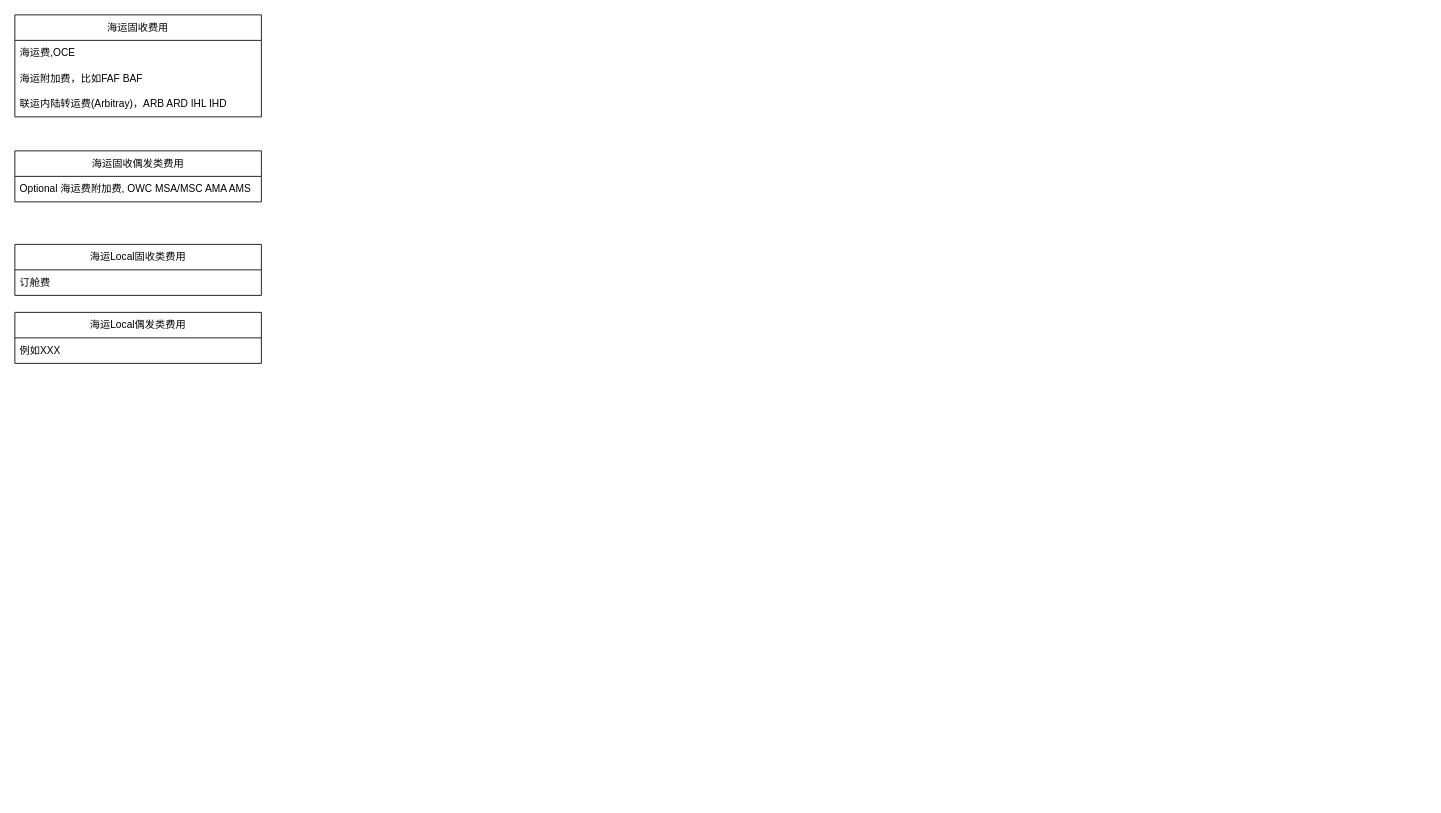
The draw.io diagram 计费模块-费用分类.drawio in Linsq0504/OMP, before the edit. Source tidied: cells renumbered, new cells numbered last; positions are measured from the earlier drawing's top-left corner, leaving out a move shared by most shapes. Both pictures are drawn from the tidied source at 85%, with x=0, y=0 at pixel (14, 14).
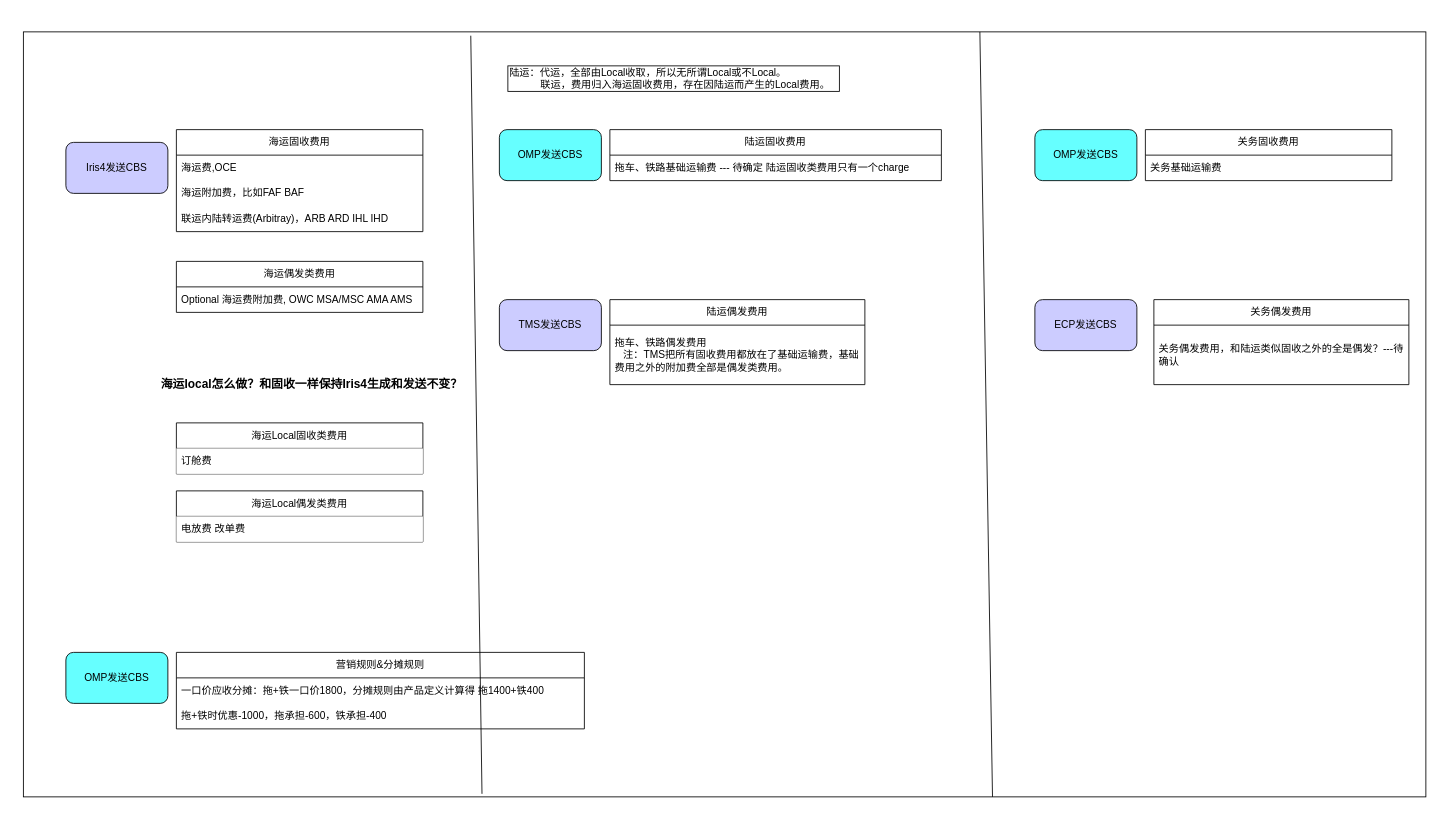
The same diagram, later.

Commit message:
更新计费模块-费用分类.drawio

Diff of the diagram source:
```diff
@@
+    <mxCell id="12" style="rounded=0;whiteSpace=wrap;html=1;" parent="1" vertex="1">
+      <mxGeometry x="10" y="20" width="1650" height="900" as="geometry" />
+    </mxCell>
     <mxCell id="2" value="海运固收费用" style="swimlane;fontStyle=0;horizontal=1;startSize=30;whiteSpace=wrap;html=1;" parent="1" vertex="1">
-      <mxGeometry width="290" height="120" as="geometry" />
+      <mxGeometry x="190" y="135" width="290" height="120" as="geometry" />
     </mxCell>
@@
-    <mxCell id="6" value="海运固收偶发类费用" style="swimlane;fontStyle=0;horizontal=1;startSize=30;whiteSpace=wrap;html=1;" parent="1" vertex="1">
-      <mxGeometry y="160" width="290" height="60" as="geometry" />
+    <mxCell id="6" value="海运偶发类费用" style="swimlane;fontStyle=0;horizontal=1;startSize=30;whiteSpace=wrap;html=1;" parent="1" vertex="1">
+      <mxGeometry x="190" y="290" width="290" height="60" as="geometry" />
     </mxCell>
@@
-    <mxCell id="8" value="海运Local固收类费用" style="swimlane;fontStyle=0;horizontal=1;startSize=30;whiteSpace=wrap;html=1;" parent="1" vertex="1">
-      <mxGeometry y="270" width="290" height="60" as="geometry" />
+    <mxCell id="8" value="海运Local固收类费用" style="swimlane;fontStyle=0;horizontal=1;startSize=30;whiteSpace=wrap;html=1;fillColor=#FFFFFF;fontColor=#000000;" parent="1" vertex="1">
+      <mxGeometry x="190" y="480" width="290" height="60" as="geometry" />
     </mxCell>
-    <mxCell id="9" value="订舱费" style="text;strokeColor=none;fillColor=none;align=left;verticalAlign=middle;spacingLeft=4;spacingRight=4;overflow=hidden;whiteSpace=wrap;html=1;" parent="8" vertex="1">
+    <mxCell id="9" value="订舱费" style="text;strokeColor=none;fillColor=#FFFFFF;align=left;verticalAlign=middle;spacingLeft=4;spacingRight=4;overflow=hidden;whiteSpace=wrap;html=1;fontColor=#000000;" parent="8" vertex="1">
       <mxGeometry y="30" width="290" height="30" as="geometry" />
     </mxCell>
-    <mxCell id="10" value="海运Local偶发类费用" style="swimlane;fontStyle=0;horizontal=1;startSize=30;whiteSpace=wrap;html=1;" parent="1" vertex="1">
-      <mxGeometry y="350" width="290" height="60" as="geometry" />
+    <mxCell id="10" value="海运Local偶发类费用" style="swimlane;fontStyle=0;horizontal=1;startSize=30;whiteSpace=wrap;html=1;fillColor=#FFFFFF;fontColor=#000000;" parent="1" vertex="1">
+      <mxGeometry x="190" y="560" width="290" height="60" as="geometry" />
     </mxCell>
-    <mxCell id="11" value="例如XXX" style="text;strokeColor=none;fillColor=none;align=left;verticalAlign=middle;spacingLeft=4;spacingRight=4;overflow=hidden;whiteSpace=wrap;html=1;" parent="10" vertex="1">
+    <mxCell id="11" value="电放费 改单费" style="text;strokeColor=none;fillColor=#FFFFFF;align=left;verticalAlign=middle;spacingLeft=4;spacingRight=4;overflow=hidden;whiteSpace=wrap;html=1;fontColor=#000000;" parent="10" vertex="1">
       <mxGeometry y="30" width="290" height="30" as="geometry" />
     </mxCell>
+    <mxCell id="13" value="陆运固收费用" style="swimlane;fontStyle=0;horizontal=1;startSize=30;whiteSpace=wrap;html=1;" parent="1" vertex="1">
+      <mxGeometry x="700" y="135" width="390" height="60" as="geometry" />
+    </mxCell>
+    <mxCell id="14" value="拖车、铁路基础运输费 --- 待确定 陆运固收类费用只有一个charge" style="text;strokeColor=none;fillColor=none;align=left;verticalAlign=middle;spacingLeft=4;spacingRight=4;overflow=hidden;whiteSpace=wrap;html=1;" parent="13" vertex="1">
+      <mxGeometry y="30" width="390" height="30" as="geometry" />
+    </mxCell>
+    <mxCell id="15" value="陆运偶发费用" style="swimlane;fontStyle=0;horizontal=1;startSize=30;whiteSpace=wrap;html=1;" parent="1" vertex="1">
+      <mxGeometry x="700" y="335" width="300" height="100" as="geometry" />
+    </mxCell>
+    <mxCell id="16" value="拖车、铁路偶发费用&lt;div&gt;&amp;nbsp; &amp;nbsp;注：TMS把所有固收费用都放在了基础运输费，基础费用之外的附加费全部是偶发类费用。&lt;/div&gt;" style="text;strokeColor=none;fillColor=none;align=left;verticalAlign=middle;spacingLeft=4;spacingRight=4;overflow=hidden;whiteSpace=wrap;html=1;" parent="15" vertex="1">
+      <mxGeometry y="30" width="300" height="70" as="geometry" />
+    </mxCell>
+    <mxCell id="17" value="陆运：代运，全部由Local收取，所以无所谓Local或不Local。&lt;div&gt;&amp;nbsp; &amp;nbsp; &amp;nbsp; &amp;nbsp; &amp;nbsp; &amp;nbsp;联运，费用归入海运固收费用，存在因陆运而产生的Local费用。&lt;/div&gt;" style="rounded=0;whiteSpace=wrap;html=1;align=left;" parent="1" vertex="1">
+      <mxGeometry x="580" y="60" width="390" height="30" as="geometry" />
+    </mxCell>
+    <mxCell id="18" value="关务固收费用" style="swimlane;fontStyle=0;horizontal=1;startSize=30;whiteSpace=wrap;html=1;" parent="1" vertex="1">
+      <mxGeometry x="1330" y="135" width="290" height="60" as="geometry" />
+    </mxCell>
+    <mxCell id="19" value="关务基础运输费" style="text;strokeColor=none;fillColor=none;align=left;verticalAlign=middle;spacingLeft=4;spacingRight=4;overflow=hidden;whiteSpace=wrap;html=1;" parent="18" vertex="1">
+      <mxGeometry y="30" width="290" height="30" as="geometry" />
+    </mxCell>
+    <mxCell id="20" value="关务偶发费用" style="swimlane;fontStyle=0;horizontal=1;startSize=30;whiteSpace=wrap;html=1;" parent="1" vertex="1">
+      <mxGeometry x="1340" y="335" width="300" height="100" as="geometry" />
+    </mxCell>
+    <mxCell id="21" value="关务偶发费用，和陆运类似固收之外的全是偶发？---待确认" style="text;strokeColor=none;fillColor=none;align=left;verticalAlign=middle;spacingLeft=4;spacingRight=4;overflow=hidden;whiteSpace=wrap;html=1;" parent="20" vertex="1">
+      <mxGeometry y="30" width="300" height="70" as="geometry" />
+    </mxCell>
+    <mxCell id="22" value="OMP发送CBS" style="rounded=1;whiteSpace=wrap;html=1;roundedPerimeter=1;fillColor=#66FFFF;" parent="1" vertex="1">
+      <mxGeometry x="570" y="135" width="120" height="60" as="geometry" />
+    </mxCell>
+    <mxCell id="23" value="TMS发送CBS" style="rounded=1;whiteSpace=wrap;html=1;roundedPerimeter=1;fillColor=#CCCCFF;" parent="1" vertex="1">
+      <mxGeometry x="570" y="335" width="120" height="60" as="geometry" />
+    </mxCell>
+    <mxCell id="24" value="&lt;h1 style=&quot;margin-top: 0px;&quot;&gt;&lt;font style=&quot;font-size: 14px;&quot;&gt;海运local怎么做？和固收一样保持Iris4生成和发送不变？&lt;/font&gt;&lt;/h1&gt;" style="text;html=1;whiteSpace=wrap;overflow=hidden;rounded=0;" parent="1" vertex="1">
+      <mxGeometry x="170" y="410" width="370" height="50" as="geometry" />
+    </mxCell>
+    <mxCell id="25" value="OMP发送CBS" style="rounded=1;whiteSpace=wrap;html=1;roundedPerimeter=1;fillColor=#66FFFF;" parent="1" vertex="1">
+      <mxGeometry x="1200" y="135" width="120" height="60" as="geometry" />
+    </mxCell>
+    <mxCell id="26" value="ECP发送CBS" style="rounded=1;whiteSpace=wrap;html=1;roundedPerimeter=1;fillColor=#CCCCFF;" parent="1" vertex="1">
+      <mxGeometry x="1200" y="335" width="120" height="60" as="geometry" />
+    </mxCell>
+    <mxCell id="27" value="Iris4发送CBS" style="rounded=1;whiteSpace=wrap;html=1;roundedPerimeter=1;fillColor=#CCCCFF;" parent="1" vertex="1">
+      <mxGeometry x="60" y="150" width="120" height="60" as="geometry" />
+    </mxCell>
+    <mxCell id="28" value="&lt;font style=&quot;font-size: 12px;&quot;&gt;OMP发送CBS&lt;/font&gt;" style="rounded=1;whiteSpace=wrap;html=1;roundedPerimeter=1;fillColor=#66FFFF;" parent="1" vertex="1">
+      <mxGeometry x="60" y="750" width="120" height="60" as="geometry" />
+    </mxCell>
+    <mxCell id="29" value="营销规则&amp;amp;分摊规则" style="swimlane;fontStyle=0;horizontal=1;startSize=30;whiteSpace=wrap;html=1;" parent="1" vertex="1">
+      <mxGeometry x="190" y="750" width="480" height="90" as="geometry" />
+    </mxCell>
+    <mxCell id="30" value="&lt;font style=&quot;font-size: 12px;&quot;&gt;一口价应收分摊：拖+铁一口价1800，分摊规则由产品定义计算得 拖1400+铁400&lt;/font&gt;" style="text;strokeColor=none;fillColor=none;align=left;verticalAlign=middle;spacingLeft=4;spacingRight=4;overflow=hidden;whiteSpace=wrap;html=1;" parent="29" vertex="1">
+      <mxGeometry y="30" width="480" height="30" as="geometry" />
+    </mxCell>
+    <mxCell id="31" value="&lt;font style=&quot;font-size: 12px;&quot;&gt;拖+铁时优惠-1000，拖承担-600，铁承担-400&lt;/font&gt;" style="text;strokeColor=none;fillColor=none;align=left;verticalAlign=middle;spacingLeft=4;spacingRight=4;overflow=hidden;whiteSpace=wrap;html=1;" parent="29" vertex="1">
+      <mxGeometry y="60" width="480" height="30" as="geometry" />
+    </mxCell>
+    <mxCell id="32" style="endArrow=none;html=1;rounded=0;defaultLabelBackgroundColor=page;labelPadding=0 4;exitX=0.327;exitY=0.996;exitDx=0;exitDy=0;exitPerimeter=0;entryX=0.319;entryY=0.005;entryDx=0;entryDy=0;entryPerimeter=0;" parent="1" edge="1" source="12" target="12">
+      <mxGeometry relative="1" as="geometry" />
+    </mxCell>
+    <mxCell id="33" style="endArrow=none;html=1;rounded=0;defaultLabelBackgroundColor=page;labelPadding=0 4;entryX=0.691;entryY=1;entryDx=0;entryDy=0;entryPerimeter=0;exitX=0.682;exitY=0;exitDx=0;exitDy=0;exitPerimeter=0;" parent="1" edge="1" source="12" target="12">
+      <mxGeometry relative="1" as="geometry" />
+    </mxCell>
```
